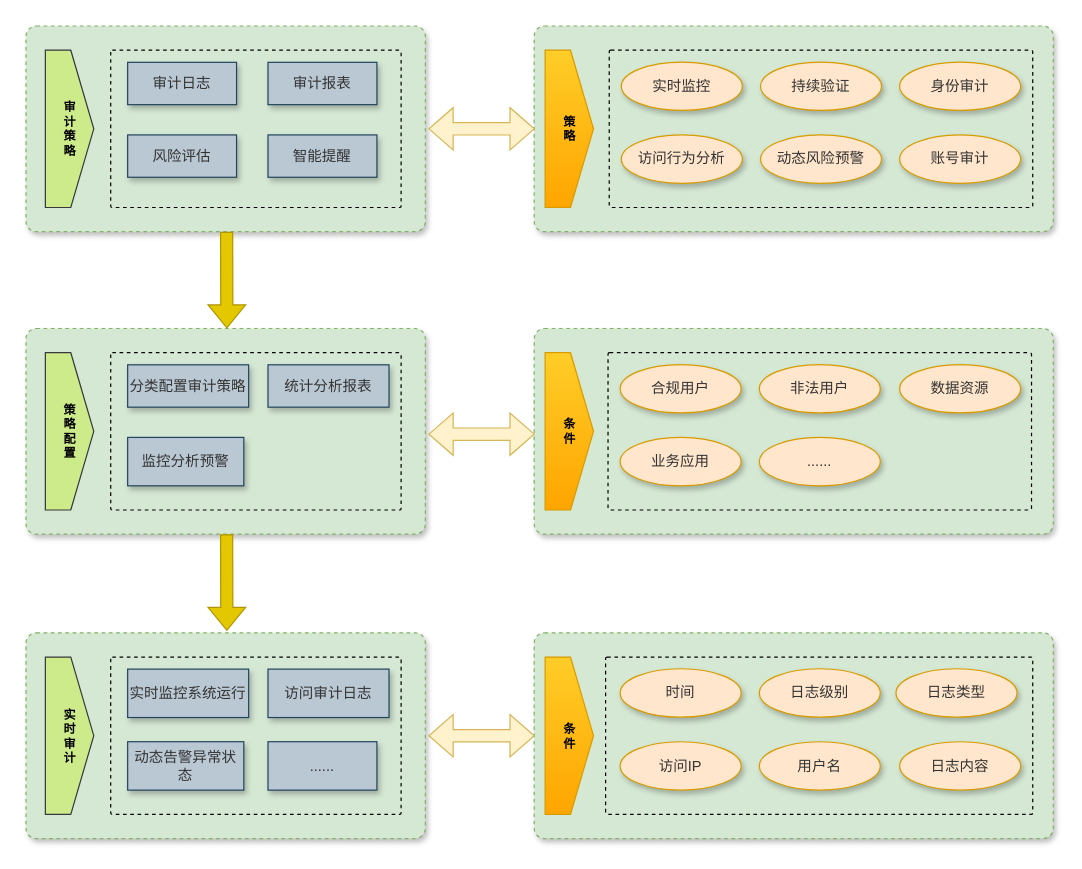
Before: page "第 1 页" (1 of 2) of 东庄信息化项目-统一权限管理-审计2.drawio in sun-beijixing/drawio, a draw.io diagram. Source tidied: cells renumbered, new cells numbered last; positions are measured from the earlier drawing's top-left corner, leaving out a move shared by most shapes. Both pictures are drawn from the tidied source at 121%, with x=0, y=0 at pixel (25, 25).
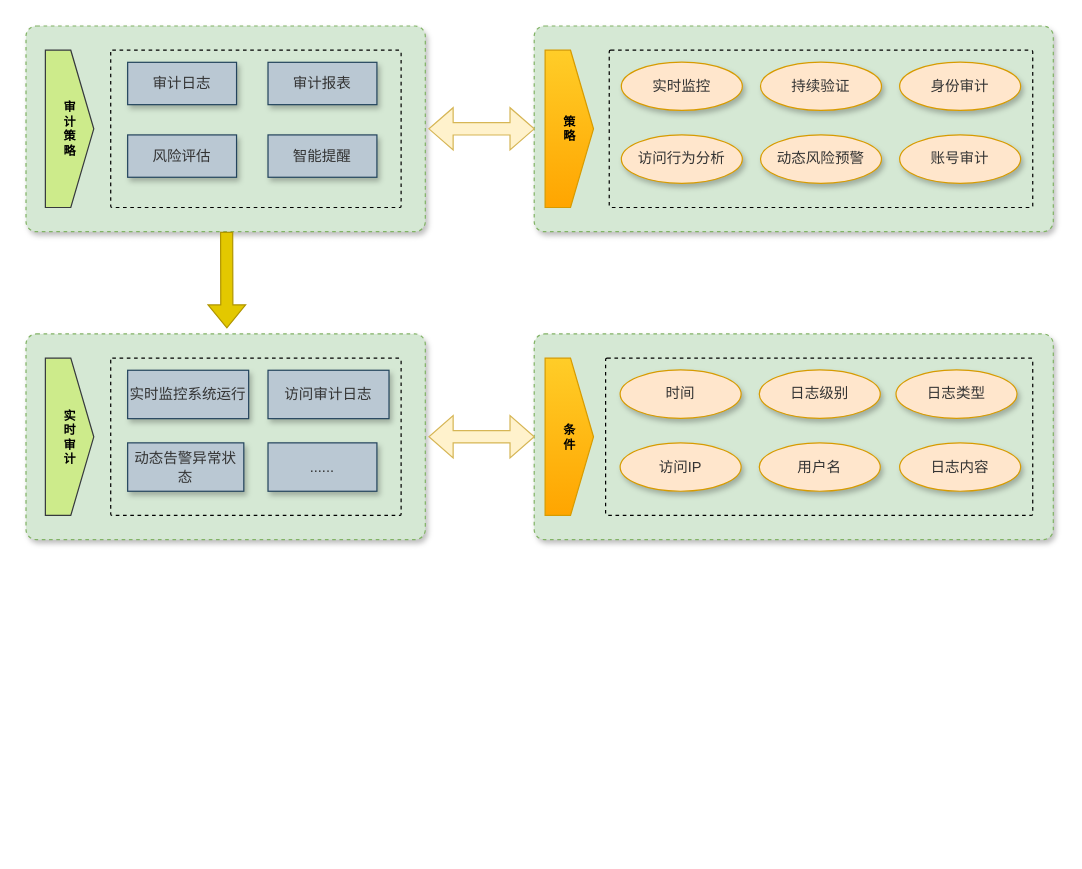
The same page after the edit.

Commit message:
更新东庄信息化项目-统一权限管理-审计2.drawio

What changed in the source:
```diff
@@
     <mxCell id="2" style="rounded=1;whiteSpace=wrap;html=1;shadow=1;fontSize=11;strokeWidth=1;fillColor=#d5e8d4;dashed=1;arcSize=5;strokeColor=#82b366;" parent="1" vertex="1">
-      <mxGeometry y="501.5" width="330" height="170" as="geometry" />
+      <mxGeometry y="254.5" width="330" height="170" as="geometry" />
     </mxCell>
     <mxCell id="3" style="text;html=1;fillColor=none;align=center;verticalAlign=middle;whiteSpace=wrap;fontSize=54;fontStyle=1;shadow=0;rounded=1;glass=0;sketch=0;arcSize=1;dashed=1;strokeWidth=1;strokeColor=default;" parent="1" vertex="1">
-      <mxGeometry x="70" y="521.5" width="240" height="130" as="geometry" />
+      <mxGeometry x="70" y="274.5" width="240" height="130" as="geometry" />
     </mxCell>
@@
-    <mxCell id="14" style="rounded=1;whiteSpace=wrap;html=1;shadow=1;fontSize=11;strokeWidth=1;fillColor=#d5e8d4;dashed=1;arcSize=5;strokeColor=#82b366;" parent="1" vertex="1">
-      <mxGeometry x="420" y="250" width="429" height="170" as="geometry" />
-    </mxCell>
-    <mxCell id="15" style="text;html=1;fillColor=none;align=center;verticalAlign=middle;whiteSpace=wrap;fontSize=54;fontStyle=1;shadow=0;rounded=1;glass=0;sketch=0;arcSize=1;dashed=1;strokeWidth=1;strokeColor=default;" parent="1" vertex="1">
-      <mxGeometry x="481" y="270" width="350" height="130" as="geometry" />
-    </mxCell>
-    <mxCell id="16" value="&lt;span style=&quot;color: rgb(51, 51, 51);&quot;&gt;&lt;font style=&quot;font-size: 12px;&quot;&gt;合规用户&lt;/font&gt;&lt;/span&gt;" style="ellipse;whiteSpace=wrap;html=1;shadow=1;fontSize=10;fillColor=#ffe6cc;strokeColor=#d79b00;" parent="1" vertex="1">
-      <mxGeometry x="491" y="279.8" width="100" height="40" as="geometry" />
-    </mxCell>
-    <mxCell id="17" value="&lt;span style=&quot;color: rgb(51, 51, 51);&quot;&gt;&lt;font style=&quot;font-size: 12px;&quot;&gt;非法用户&lt;/font&gt;&lt;/span&gt;" style="ellipse;whiteSpace=wrap;html=1;shadow=1;fontSize=10;fillColor=#ffe6cc;strokeColor=#d79b00;" parent="1" vertex="1">
-      <mxGeometry x="606" y="279.8" width="100" height="40" as="geometry" />
-    </mxCell>
-    <mxCell id="18" value="&lt;span style=&quot;color: rgb(51, 51, 51);&quot;&gt;&lt;font style=&quot;font-size: 12px;&quot;&gt;数据资源&lt;/font&gt;&lt;/span&gt;" style="ellipse;whiteSpace=wrap;html=1;shadow=1;fontSize=10;fillColor=#ffe6cc;strokeColor=#d79b00;" parent="1" vertex="1">
-      <mxGeometry x="722" y="279.8" width="100" height="40" as="geometry" />
-    </mxCell>
-    <mxCell id="19" value="&lt;span style=&quot;color: rgb(51, 51, 51);&quot;&gt;&lt;font style=&quot;font-size: 12px;&quot;&gt;业务应用&lt;/font&gt;&lt;/span&gt;" style="ellipse;whiteSpace=wrap;html=1;shadow=1;fontSize=10;fillColor=#ffe6cc;strokeColor=#d79b00;" parent="1" vertex="1">
-      <mxGeometry x="491" y="340" width="100" height="40" as="geometry" />
-    </mxCell>
-    <mxCell id="20" value="&lt;font style=&quot;font-size: 12px;&quot; color=&quot;#333333&quot;&gt;......&lt;/font&gt;" style="ellipse;whiteSpace=wrap;html=1;shadow=1;fontSize=10;fillColor=#ffe6cc;strokeColor=#d79b00;" parent="1" vertex="1">
-      <mxGeometry x="606" y="340" width="100" height="40" as="geometry" />
-    </mxCell>
     <mxCell id="21" style="rounded=1;whiteSpace=wrap;html=1;shadow=1;fontSize=11;strokeWidth=1;fillColor=#d5e8d4;dashed=1;arcSize=5;strokeColor=#82b366;" parent="1" vertex="1">
-      <mxGeometry x="420" y="501.5" width="429" height="170" as="geometry" />
+      <mxGeometry x="420" y="254.5" width="429" height="170" as="geometry" />
     </mxCell>
     <mxCell id="22" style="text;html=1;fillColor=none;align=center;verticalAlign=middle;whiteSpace=wrap;fontSize=54;fontStyle=1;shadow=0;rounded=1;glass=0;sketch=0;arcSize=1;dashed=1;strokeWidth=1;strokeColor=default;" parent="1" vertex="1">
-      <mxGeometry x="479" y="521.5" width="353" height="130" as="geometry" />
+      <mxGeometry x="479" y="274.5" width="353" height="130" as="geometry" />
     </mxCell>
     <mxCell id="23" value="&lt;font style=&quot;font-size: 12px;&quot; color=&quot;#333333&quot;&gt;......&lt;/font&gt;" style="rounded=0;whiteSpace=wrap;html=1;shadow=1;fontSize=11;strokeColor=#23445d;strokeWidth=1;fillColor=#bac8d3;" parent="1" vertex="1">
-      <mxGeometry x="200" y="591.5" width="90" height="40" as="geometry" />
+      <mxGeometry x="200" y="344.5" width="90" height="40" as="geometry" />
     </mxCell>
     <mxCell id="24" value="&lt;font style=&quot;font-size: 12px;&quot; color=&quot;#333333&quot;&gt;时间&lt;/font&gt;" style="ellipse;whiteSpace=wrap;html=1;shadow=1;fontSize=10;fillColor=#ffe6cc;strokeColor=#d79b00;" parent="1" vertex="1">
-      <mxGeometry x="491" y="531.2" width="100" height="40" as="geometry" />
+      <mxGeometry x="491" y="284.2" width="100" height="40" as="geometry" />
     </mxCell>
     <mxCell id="25" value="&lt;span style=&quot;color: rgb(51, 51, 51);&quot;&gt;&lt;font style=&quot;font-size: 12px;&quot;&gt;日志级别&lt;/font&gt;&lt;/span&gt;" style="ellipse;whiteSpace=wrap;html=1;shadow=1;fontSize=10;fillColor=#ffe6cc;strokeColor=#d79b00;" parent="1" vertex="1">
-      <mxGeometry x="606" y="531.2" width="100" height="40" as="geometry" />
+      <mxGeometry x="606" y="284.2" width="100" height="40" as="geometry" />
     </mxCell>
     <mxCell id="26" value="&lt;span style=&quot;color: rgb(51, 51, 51);&quot;&gt;&lt;font style=&quot;font-size: 12px;&quot;&gt;日志类型&lt;/font&gt;&lt;/span&gt;" style="ellipse;whiteSpace=wrap;html=1;shadow=1;fontSize=10;fillColor=#ffe6cc;strokeColor=#d79b00;" parent="1" vertex="1">
-      <mxGeometry x="719" y="531.2" width="100" height="40" as="geometry" />
+      <mxGeometry x="719" y="284.2" width="100" height="40" as="geometry" />
     </mxCell>
     <mxCell id="27" value="&lt;span style=&quot;color: rgb(51, 51, 51);&quot;&gt;&lt;font style=&quot;font-size: 12px;&quot;&gt;日志内容&lt;/font&gt;&lt;/span&gt;" style="ellipse;whiteSpace=wrap;html=1;shadow=1;fontSize=10;fillColor=#ffe6cc;strokeColor=#d79b00;" parent="1" vertex="1">
-      <mxGeometry x="722" y="591.5" width="100" height="40" as="geometry" />
+      <mxGeometry x="722" y="344.5" width="100" height="40" as="geometry" />
     </mxCell>
     <mxCell id="28" value="&lt;span style=&quot;color: rgb(51, 51, 51);&quot;&gt;&lt;font style=&quot;font-size: 12px;&quot;&gt;访问IP&lt;/font&gt;&lt;/span&gt;" style="ellipse;whiteSpace=wrap;html=1;shadow=1;fontSize=10;fillColor=#ffe6cc;strokeColor=#d79b00;" parent="1" vertex="1">
-      <mxGeometry x="491" y="591.5" width="100" height="40" as="geometry" />
+      <mxGeometry x="491" y="344.5" width="100" height="40" as="geometry" />
     </mxCell>
     <mxCell id="29" value="&lt;font style=&quot;font-size: 12px;&quot; color=&quot;#333333&quot;&gt;用户名&lt;/font&gt;" style="ellipse;whiteSpace=wrap;html=1;shadow=1;fontSize=10;fillColor=#ffe6cc;strokeColor=#d79b00;" parent="1" vertex="1">
-      <mxGeometry x="606" y="591.5" width="100" height="40" as="geometry" />
+      <mxGeometry x="606" y="344.5" width="100" height="40" as="geometry" />
     </mxCell>
@@
-    <mxCell id="36" value="&lt;b&gt;条&lt;br&gt;件&lt;/b&gt;" style="html=1;shadow=0;dashed=0;align=center;verticalAlign=middle;shape=mxgraph.arrows2.arrow;dy=0;dx=19;notch=0;fontSize=10;fillColor=#ffcd28;strokeColor=#d79b00;gradientColor=#ffa500;" parent="1" vertex="1">
-      <mxGeometry x="429" y="270" width="40" height="130" as="geometry" />
-    </mxCell>
-    <mxCell id="37" style="rounded=1;whiteSpace=wrap;html=1;shadow=1;fontSize=11;strokeWidth=1;fillColor=#d5e8d4;dashed=1;arcSize=5;strokeColor=#82b366;" parent="1" vertex="1">
-      <mxGeometry y="250" width="330" height="170" as="geometry" />
-    </mxCell>
-    <mxCell id="38" style="text;html=1;fillColor=none;align=center;verticalAlign=middle;whiteSpace=wrap;fontSize=54;fontStyle=1;shadow=0;rounded=1;glass=0;sketch=0;arcSize=1;dashed=1;strokeWidth=1;strokeColor=default;" parent="1" vertex="1">
-      <mxGeometry x="70" y="270" width="240" height="130" as="geometry" />
-    </mxCell>
-    <mxCell id="39" value="&lt;span style=&quot;color: rgb(51, 51, 51);&quot;&gt;&lt;font style=&quot;font-size: 12px;&quot;&gt;分类配置审计策略&lt;/font&gt;&lt;/span&gt;" style="rounded=0;whiteSpace=wrap;html=1;shadow=1;fontSize=11;strokeColor=#23445d;strokeWidth=1;fillColor=#bac8d3;" parent="1" vertex="1">
-      <mxGeometry x="84" y="280" width="100" height="35" as="geometry" />
-    </mxCell>
-    <mxCell id="40" value="&lt;span style=&quot;color: rgb(51, 51, 51);&quot;&gt;&lt;font style=&quot;font-size: 12px;&quot;&gt;统计分析报表&lt;/font&gt;&lt;/span&gt;" style="rounded=0;whiteSpace=wrap;html=1;shadow=1;fontSize=11;strokeColor=#23445d;strokeWidth=1;fillColor=#bac8d3;" parent="1" vertex="1">
-      <mxGeometry x="200" y="280" width="100" height="35" as="geometry" />
-    </mxCell>
-    <mxCell id="41" value="&lt;span style=&quot;color: rgb(51, 51, 51);&quot;&gt;&lt;font style=&quot;font-size: 12px;&quot;&gt;监控分析预警&lt;/font&gt;&lt;/span&gt;" style="rounded=0;whiteSpace=wrap;html=1;shadow=1;fontSize=11;strokeColor=#23445d;strokeWidth=1;fillColor=#bac8d3;" parent="1" vertex="1">
-      <mxGeometry x="84" y="340" width="96" height="40" as="geometry" />
-    </mxCell>
-    <mxCell id="42" value="&lt;b&gt;策&lt;br&gt;略&lt;br&gt;配&lt;br&gt;置&lt;/b&gt;" style="html=1;shadow=0;dashed=0;align=center;verticalAlign=middle;shape=mxgraph.arrows2.arrow;dy=0;dx=19;notch=0;fontSize=10;fillColor=#cdeb8b;strokeColor=#36393d;" parent="1" vertex="1">
-      <mxGeometry x="16" y="270" width="40" height="130" as="geometry" />
-    </mxCell>
-    <mxCell id="43" style="html=1;shadow=0;dashed=0;align=center;verticalAlign=middle;shape=mxgraph.arrows2.twoWayArrow;dy=0.71;dx=20;fontSize=10;fillColor=#fff2cc;strokeColor=#d6b656;" parent="1" vertex="1">
-      <mxGeometry x="333" y="319.8" width="87" height="35" as="geometry" />
-    </mxCell>
     <mxCell id="44" value="&lt;b&gt;条&lt;br&gt;件&lt;/b&gt;" style="html=1;shadow=0;dashed=0;align=center;verticalAlign=middle;shape=mxgraph.arrows2.arrow;dy=0;dx=19;notch=0;fontSize=10;fillColor=#ffcd28;strokeColor=#d79b00;gradientColor=#ffa500;" parent="1" vertex="1">
-      <mxGeometry x="429" y="521.5" width="40" height="130" as="geometry" />
+      <mxGeometry x="429" y="274.5" width="40" height="130" as="geometry" />
     </mxCell>
     <mxCell id="45" value="&lt;span style=&quot;color: rgb(51, 51, 51);&quot;&gt;&lt;font style=&quot;font-size: 12px;&quot;&gt;实时监控系统运行&lt;/font&gt;&lt;/span&gt;" style="rounded=0;whiteSpace=wrap;html=1;shadow=1;fontSize=11;strokeColor=#23445d;strokeWidth=1;fillColor=#bac8d3;" parent="1" vertex="1">
-      <mxGeometry x="84" y="531.5" width="100" height="40" as="geometry" />
+      <mxGeometry x="84" y="284.5" width="100" height="40" as="geometry" />
     </mxCell>
     <mxCell id="46" value="&lt;span style=&quot;color: rgb(51, 51, 51);&quot;&gt;&lt;font style=&quot;font-size: 12px;&quot;&gt;访问审计日志&lt;/font&gt;&lt;/span&gt;" style="rounded=0;whiteSpace=wrap;html=1;shadow=1;fontSize=11;strokeColor=#23445d;strokeWidth=1;fillColor=#bac8d3;" parent="1" vertex="1">
-      <mxGeometry x="200" y="531.5" width="100" height="40" as="geometry" />
+      <mxGeometry x="200" y="284.5" width="100" height="40" as="geometry" />
     </mxCell>
     <mxCell id="47" value="&lt;span style=&quot;color: rgb(51, 51, 51);&quot;&gt;&lt;font style=&quot;font-size: 12px;&quot;&gt;动态告警异常状态&lt;/font&gt;&lt;/span&gt;" style="rounded=0;whiteSpace=wrap;html=1;shadow=1;fontSize=11;strokeColor=#23445d;strokeWidth=1;fillColor=#bac8d3;" parent="1" vertex="1">
-      <mxGeometry x="84" y="591.5" width="96" height="40" as="geometry" />
+      <mxGeometry x="84" y="344.5" width="96" height="40" as="geometry" />
     </mxCell>
     <mxCell id="48" value="&lt;b&gt;实&lt;br&gt;时&lt;br&gt;审&lt;br&gt;计&lt;/b&gt;" style="html=1;shadow=0;dashed=0;align=center;verticalAlign=middle;shape=mxgraph.arrows2.arrow;dy=0;dx=19;notch=0;fontSize=10;fillColor=#cdeb8b;strokeColor=#36393d;" parent="1" vertex="1">
-      <mxGeometry x="16" y="521.5" width="40" height="130" as="geometry" />
+      <mxGeometry x="16" y="274.5" width="40" height="130" as="geometry" />
     </mxCell>
     <mxCell id="49" style="html=1;shadow=0;dashed=0;align=center;verticalAlign=middle;shape=mxgraph.arrows2.twoWayArrow;dy=0.71;dx=20;fontSize=10;fillColor=#fff2cc;strokeColor=#d6b656;" parent="1" vertex="1">
-      <mxGeometry x="333" y="569" width="87" height="35" as="geometry" />
+      <mxGeometry x="333" y="322" width="87" height="35" as="geometry" />
     </mxCell>
@@
-    <mxCell id="51" style="shape=flexArrow;endArrow=classic;html=1;rounded=0;fontSize=10;fillColor=#e3c800;strokeColor=#B09500;" parent="1" edge="1">
-      <mxGeometry relative="1" as="geometry">
-        <mxPoint x="165.8" y="420" as="sourcePoint" />
-        <mxPoint x="166" y="500" as="targetPoint" />
-      </mxGeometry>
-    </mxCell>
```
